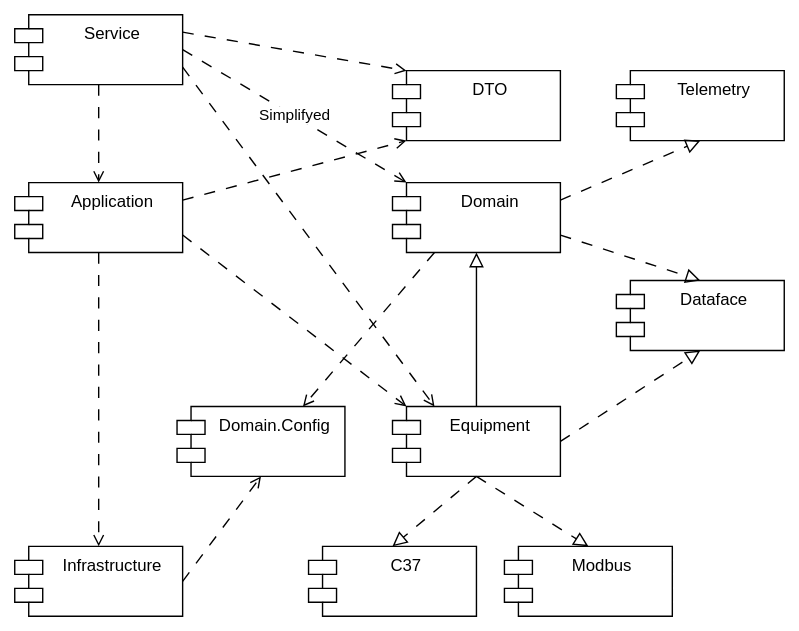
Above: paskalON.DeviceService/Docs/Device Service Overview.drawio.svg in PKaelin/paskalon.ppc (draw.io), before the change. Source tidied: cells renumbered, new cells last; positions are measured from the earlier drawing's top-left corner, leaving out a move shared by most shapes. Source of this version:
```xml
<mxGraphModel>
  <root>
    <mxCell id="0" />
    <mxCell id="1" parent="0" />
    <mxCell id="2" value="Application" style="shape=module;align=left;spacingLeft=20;align=center;verticalAlign=top;whiteSpace=wrap;html=1;" parent="1" vertex="1">
      <mxGeometry y="120" width="120" height="50" as="geometry" />
    </mxCell>
    <mxCell id="3" value="Service" style="shape=module;align=left;spacingLeft=20;align=center;verticalAlign=top;whiteSpace=wrap;html=1;" parent="1" vertex="1">
      <mxGeometry width="120" height="50" as="geometry" />
    </mxCell>
    <mxCell id="4" value="Domain" style="shape=module;align=left;spacingLeft=20;align=center;verticalAlign=top;whiteSpace=wrap;html=1;" parent="1" vertex="1">
      <mxGeometry x="270" y="120" width="120" height="50" as="geometry" />
    </mxCell>
    <mxCell id="5" value="Domain.Config" style="shape=module;align=left;spacingLeft=20;align=center;verticalAlign=top;whiteSpace=wrap;html=1;" parent="1" vertex="1">
      <mxGeometry x="116" y="280" width="120" height="50" as="geometry" />
    </mxCell>
    <mxCell id="6" value="Equipment" style="shape=module;align=left;spacingLeft=20;align=center;verticalAlign=top;whiteSpace=wrap;html=1;" parent="1" vertex="1">
      <mxGeometry x="270" y="280" width="120" height="50" as="geometry" />
    </mxCell>
    <mxCell id="7" value="Infrastructure" style="shape=module;align=left;spacingLeft=20;align=center;verticalAlign=top;whiteSpace=wrap;html=1;" parent="1" vertex="1">
      <mxGeometry y="380" width="120" height="50" as="geometry" />
    </mxCell>
    <mxCell id="8" value="Modbus" style="shape=module;align=left;spacingLeft=20;align=center;verticalAlign=top;whiteSpace=wrap;html=1;" parent="1" vertex="1">
      <mxGeometry x="350" y="380" width="120" height="50" as="geometry" />
    </mxCell>
    <mxCell id="9" value="Dataface" style="shape=module;align=left;spacingLeft=20;align=center;verticalAlign=top;whiteSpace=wrap;html=1;" parent="1" vertex="1">
      <mxGeometry x="430" y="190" width="120" height="50" as="geometry" />
    </mxCell>
    <mxCell id="10" value="DTO" style="shape=module;align=left;spacingLeft=20;align=center;verticalAlign=top;whiteSpace=wrap;html=1;" parent="1" vertex="1">
      <mxGeometry x="270" y="40" width="120" height="50" as="geometry" />
    </mxCell>
    <mxCell id="11" style="endArrow=block;html=1;rounded=0;endFill=0;startSize=8;endSize=8;entryX=0.5;entryY=1;entryDx=0;entryDy=0;exitX=0.5;exitY=0;exitDx=0;exitDy=0;" parent="1" edge="1" source="6" target="4">
      <mxGeometry relative="1" as="geometry" />
    </mxCell>
    <mxCell id="12" value="C37" style="shape=module;align=left;spacingLeft=20;align=center;verticalAlign=top;whiteSpace=wrap;html=1;" parent="1" vertex="1">
      <mxGeometry x="210" y="380" width="120" height="50" as="geometry" />
    </mxCell>
    <mxCell id="13" style="endArrow=block;html=1;rounded=0;endFill=0;startSize=8;endSize=8;dashed=1;dashPattern=8 8;exitX=0.5;exitY=1;exitDx=0;exitDy=0;entryX=0.5;entryY=0;entryDx=0;entryDy=0;" parent="1" edge="1" source="6" target="12">
      <mxGeometry relative="1" as="geometry" />
    </mxCell>
    <mxCell id="14" style="endArrow=block;html=1;rounded=0;endFill=0;startSize=8;endSize=8;dashed=1;dashPattern=8 8;exitX=0.5;exitY=1;exitDx=0;exitDy=0;entryX=0.5;entryY=0;entryDx=0;entryDy=0;" parent="1" edge="1" source="6" target="8">
      <mxGeometry relative="1" as="geometry" />
    </mxCell>
    <mxCell id="15" style="endArrow=block;html=1;rounded=0;endFill=0;startSize=8;endSize=8;dashed=1;dashPattern=8 8;entryX=0.5;entryY=1;entryDx=0;entryDy=0;exitX=1;exitY=0.5;exitDx=0;exitDy=0;" parent="1" edge="1" source="6" target="9">
      <mxGeometry relative="1" as="geometry" />
    </mxCell>
    <mxCell id="16" style="endArrow=block;html=1;rounded=0;endFill=0;startSize=8;endSize=8;dashed=1;dashPattern=8 8;exitX=1;exitY=0.75;exitDx=0;exitDy=0;entryX=0.5;entryY=0;entryDx=0;entryDy=0;" parent="1" edge="1" source="4" target="9">
      <mxGeometry relative="1" as="geometry" />
    </mxCell>
    <mxCell id="17" style="endArrow=open;html=1;rounded=0;endFill=0;dashed=1;dashPattern=8 8;entryX=0.5;entryY=0;entryDx=0;entryDy=0;exitX=0.5;exitY=1;exitDx=0;exitDy=0;" parent="1" edge="1" source="2" target="7">
      <mxGeometry relative="1" as="geometry" />
    </mxCell>
    <mxCell id="18" style="endArrow=open;html=1;rounded=0;endFill=0;dashed=1;dashPattern=8 8;entryX=0.5;entryY=0;entryDx=0;entryDy=0;exitX=0.5;exitY=1;exitDx=0;exitDy=0;" parent="1" edge="1" source="3" target="2">
      <mxGeometry relative="1" as="geometry" />
    </mxCell>
    <mxCell id="19" style="endArrow=open;html=1;rounded=0;endFill=0;dashed=1;dashPattern=8 8;entryX=0;entryY=0;entryDx=10;entryDy=0;entryPerimeter=0;exitX=1;exitY=0.25;exitDx=0;exitDy=0;" parent="1" edge="1" source="3" target="10">
      <mxGeometry relative="1" as="geometry" />
    </mxCell>
    <mxCell id="20" style="endArrow=open;html=1;rounded=0;endFill=0;dashed=1;dashPattern=8 8;exitX=1;exitY=0.75;exitDx=0;exitDy=0;entryX=0.25;entryY=0;entryDx=0;entryDy=0;" parent="1" edge="1" source="3" target="6">
      <mxGeometry relative="1" as="geometry" />
    </mxCell>
    <mxCell id="21" style="endArrow=open;html=1;rounded=0;endFill=0;dashed=1;dashPattern=8 8;entryX=0;entryY=0;entryDx=10;entryDy=0;entryPerimeter=0;exitX=1;exitY=0.75;exitDx=0;exitDy=0;" parent="1" edge="1" source="2" target="6">
      <mxGeometry relative="1" as="geometry" />
    </mxCell>
    <mxCell id="22" style="endArrow=open;html=1;rounded=0;endFill=0;dashed=1;dashPattern=8 8;exitX=0.25;exitY=1;exitDx=0;exitDy=0;entryX=0.75;entryY=0;entryDx=0;entryDy=0;" parent="1" edge="1" source="4" target="5">
      <mxGeometry relative="1" as="geometry" />
    </mxCell>
    <mxCell id="23" style="endArrow=open;html=1;rounded=0;endFill=0;dashed=1;dashPattern=8 8;entryX=0.5;entryY=1;entryDx=0;entryDy=0;exitX=1;exitY=0.5;exitDx=0;exitDy=0;" parent="1" edge="1" source="7" target="5">
      <mxGeometry relative="1" as="geometry" />
    </mxCell>
    <mxCell id="24" style="endArrow=open;html=1;rounded=0;endFill=0;dashed=1;dashPattern=8 8;entryX=0;entryY=1;entryDx=10;entryDy=0;entryPerimeter=0;exitX=1;exitY=0.25;exitDx=0;exitDy=0;" parent="1" edge="1" source="2" target="10">
      <mxGeometry relative="1" as="geometry" />
    </mxCell>
    <mxCell id="25" value="Simplifyed" style="endArrow=open;html=1;rounded=0;endFill=0;dashed=1;dashPattern=8 8;entryX=0;entryY=0;entryDx=10;entryDy=0;entryPerimeter=0;exitX=1;exitY=0.5;exitDx=0;exitDy=0;" parent="1" edge="1" source="3" target="4">
      <mxGeometry relative="1" as="geometry" />
    </mxCell>
    <mxCell id="26" value="Telemetry" style="shape=module;align=left;spacingLeft=20;align=center;verticalAlign=top;whiteSpace=wrap;html=1;" parent="1" vertex="1">
      <mxGeometry x="430" y="40" width="120" height="50" as="geometry" />
    </mxCell>
    <mxCell id="27" style="endArrow=block;html=1;rounded=0;endFill=0;startSize=8;endSize=8;dashed=1;dashPattern=8 8;exitX=1;exitY=0.25;exitDx=0;exitDy=0;entryX=0.5;entryY=1;entryDx=0;entryDy=0;" parent="1" edge="1" source="4" target="26">
      <mxGeometry relative="1" as="geometry" />
    </mxCell>
  </root>
</mxGraphModel>
```
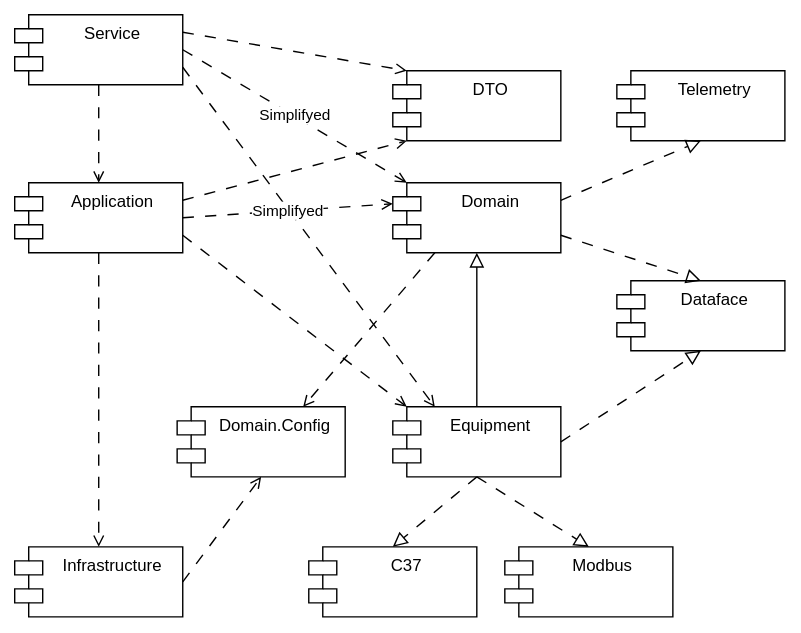
Above is the later version.

The edit, as a diff of the source:
```diff
@@ -80,5 +80,8 @@
     <mxCell id="27" style="endArrow=block;html=1;rounded=0;endFill=0;startSize=8;endSize=8;dashed=1;dashPattern=8 8;exitX=1;exitY=0.25;exitDx=0;exitDy=0;entryX=0.5;entryY=1;entryDx=0;entryDy=0;" parent="1" edge="1" source="4" target="26">
       <mxGeometry relative="1" as="geometry" />
     </mxCell>
+    <mxCell id="28" value="Simplifyed" style="endArrow=open;html=1;rounded=0;endFill=0;dashed=1;dashPattern=8 8;entryX=0;entryY=0;entryDx=0;entryDy=15;entryPerimeter=0;exitX=1;exitY=0.5;exitDx=0;exitDy=0;" parent="1" edge="1" source="2" target="4">
+      <mxGeometry relative="1" as="geometry" />
+    </mxCell>
   </root>
 </mxGraphModel>
```
